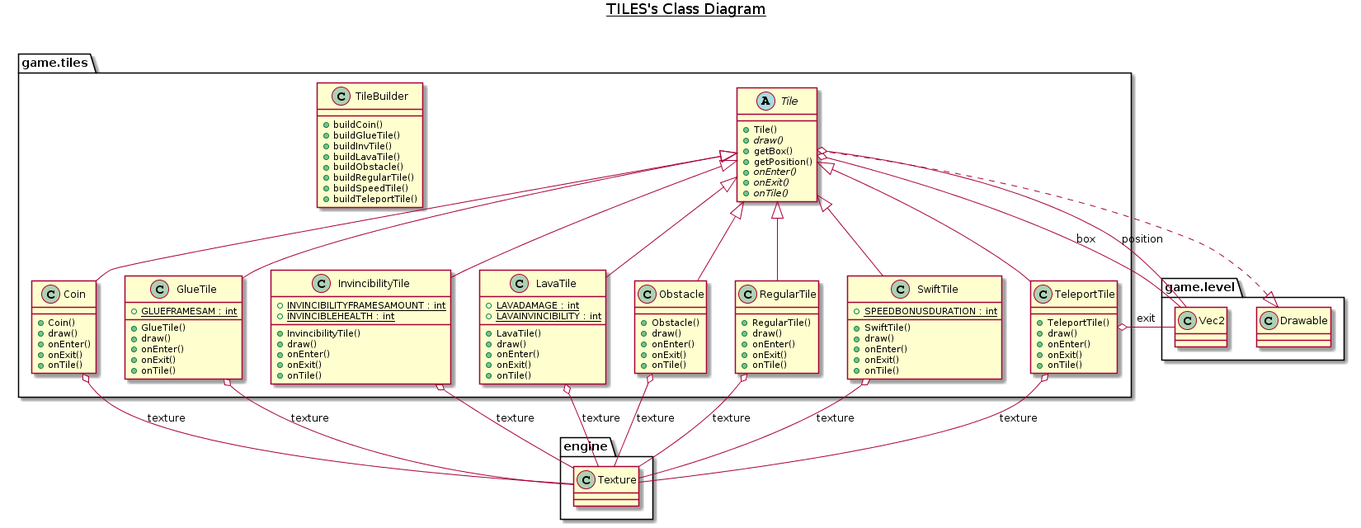
The PlantUML diagram specs/game_tiles_package_class_diagram.png in Bert54/ACL_2019_TP11_GROUPE3, before a commit. The source it was exported from:
```plantuml
@startuml
title __TILES's Class Diagram__\n

  namespace game.tiles {
    class game.tiles.Coin {
        + Coin()
        + draw()
        + onEnter()
        + onExit()
        + onTile()
    }
  }


  namespace game.tiles {
    class game.tiles.GlueTile {
        {static} + GLUEFRAMESAM : int
        + GlueTile()
        + draw()
        + onEnter()
        + onExit()
        + onTile()
    }
  }


  namespace game.tiles {
    class game.tiles.InvincibilityTile {
        {static} + INVINCIBILITYFRAMESAMOUNT : int
        {static} + INVINCIBLEHEALTH : int
        + InvincibilityTile()
        + draw()
        + onEnter()
        + onExit()
        + onTile()
    }
  }


  namespace game.tiles {
    class game.tiles.LavaTile {
        {static} + LAVADAMAGE : int
        {static} + LAVAINVINCIBILITY : int
        + LavaTile()
        + draw()
        + onEnter()
        + onExit()
        + onTile()
    }
  }


  namespace game.tiles {
    class game.tiles.Obstacle {
        + Obstacle()
        + draw()
        + onEnter()
        + onExit()
        + onTile()
    }
  }


  namespace game.tiles {
    class game.tiles.RegularTile {
        + RegularTile()
        + draw()
        + onEnter()
        + onExit()
        + onTile()
    }
  }


  namespace game.tiles {
    class game.tiles.SwiftTile {
        {static} + SPEEDBONUSDURATION : int
        + SwiftTile()
        + draw()
        + onEnter()
        + onExit()
        + onTile()
    }
  }


  namespace game.tiles {
    class game.tiles.TeleportTile {
        + TeleportTile()
        + draw()
        + onEnter()
        + onExit()
        + onTile()
    }
  }


  namespace game.tiles {
    abstract class game.tiles.Tile {
        + Tile()
        {abstract} + draw()
        + getBox()
        + getPosition()
        {abstract} + onEnter()
        {abstract} + onExit()
        {abstract} + onTile()
    }
  }


  namespace game.tiles {
    class game.tiles.TileBuilder {
        + buildCoin()
        + buildGlueTile()
        + buildInvTile()
        + buildLavaTile()
        + buildObstacle()
        + buildRegularTile()
        + buildSpeedTile()
        + buildTeleportTile()
    }
  }


  game.tiles.Coin -up-|> game.tiles.Tile
  game.tiles.Coin o-- engine.Texture : texture
  game.tiles.GlueTile -up-|> game.tiles.Tile
  game.tiles.GlueTile o-- engine.Texture : texture
  game.tiles.InvincibilityTile -up-|> game.tiles.Tile
  game.tiles.InvincibilityTile o-- engine.Texture : texture
  game.tiles.LavaTile -up-|> game.tiles.Tile
  game.tiles.LavaTile o-- engine.Texture : texture
  game.tiles.Obstacle -up-|> game.tiles.Tile
  game.tiles.Obstacle o-- engine.Texture : texture
  game.tiles.RegularTile -up-|> game.tiles.Tile
  game.tiles.RegularTile o-- engine.Texture : texture
  game.tiles.SwiftTile -up-|> game.tiles.Tile
  game.tiles.SwiftTile o-- engine.Texture : texture
  game.tiles.TeleportTile -up-|> game.tiles.Tile
  game.tiles.TeleportTile o-- game.level.Vec2 : exit
  game.tiles.TeleportTile o-- engine.Texture : texture
  game.tiles.Tile .up.|> game.level.Drawable
  game.tiles.Tile o-- game.level.Vec2 : box
  game.tiles.Tile o-- game.level.Vec2 : position
@enduml
```
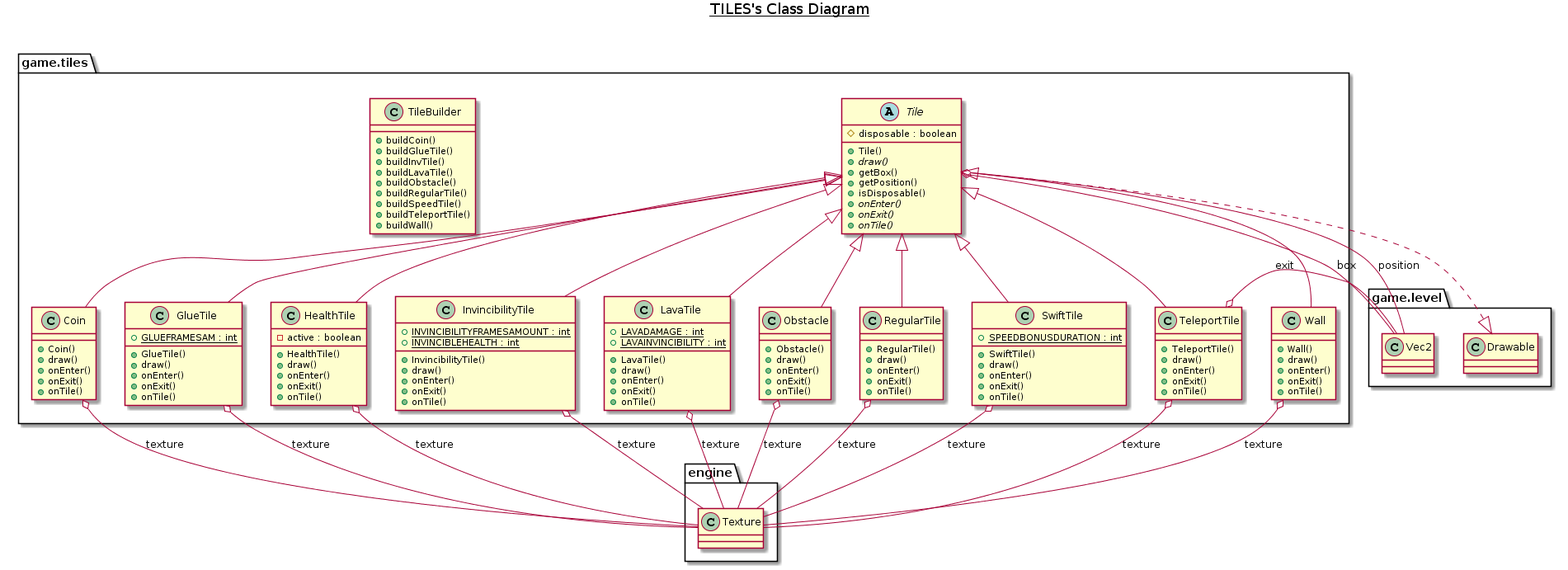
Later version of the same file.

Commit message:
class diagrams puml

The edit, as a diff of the source:
```diff
@@ -16,6 +16,18 @@
     class game.tiles.GlueTile {
         {static} + GLUEFRAMESAM : int
         + GlueTile()
+        + draw()
+        + onEnter()
+        + onExit()
+        + onTile()
+    }
+  }
+
+
+  namespace game.tiles {
+    class game.tiles.HealthTile {
+        - active : boolean
+        + HealthTile()
         + draw()
         + onEnter()
         + onExit()
@@ -97,10 +109,12 @@
 
   namespace game.tiles {
     abstract class game.tiles.Tile {
+        # disposable : boolean
         + Tile()
         {abstract} + draw()
         + getBox()
         + getPosition()
+        + isDisposable()
         {abstract} + onEnter()
         {abstract} + onExit()
         {abstract} + onTile()
@@ -118,6 +132,18 @@
         + buildRegularTile()
         + buildSpeedTile()
         + buildTeleportTile()
+        + buildWall()
+    }
+  }
+
+
+  namespace game.tiles {
+    class game.tiles.Wall {
+        + Wall()
+        + draw()
+        + onEnter()
+        + onExit()
+        + onTile()
     }
   }
 
@@ -126,6 +152,8 @@
   game.tiles.Coin o-- engine.Texture : texture
   game.tiles.GlueTile -up-|> game.tiles.Tile
   game.tiles.GlueTile o-- engine.Texture : texture
+  game.tiles.HealthTile -up-|> game.tiles.Tile
+  game.tiles.HealthTile o-- engine.Texture : texture
   game.tiles.InvincibilityTile -up-|> game.tiles.Tile
   game.tiles.InvincibilityTile o-- engine.Texture : texture
   game.tiles.LavaTile -up-|> game.tiles.Tile
@@ -142,4 +170,6 @@
   game.tiles.Tile .up.|> game.level.Drawable
   game.tiles.Tile o-- game.level.Vec2 : box
   game.tiles.Tile o-- game.level.Vec2 : position
+  game.tiles.Wall -up-|> game.tiles.Tile
+  game.tiles.Wall o-- engine.Texture : texture
 @enduml
```
